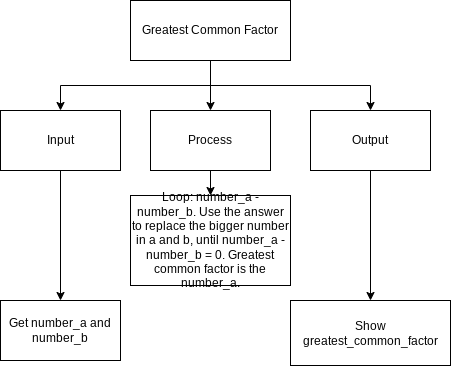
Yiyun-Qin/ICS3U-Assignment5-Python keeps this draw.io diagram as design.gcf.topdown.png. Above is the earlier version. Source tidied: cells renumbered, new cells last; positions are measured from the earlier drawing's top-left corner, leaving out a move shared by most shapes.
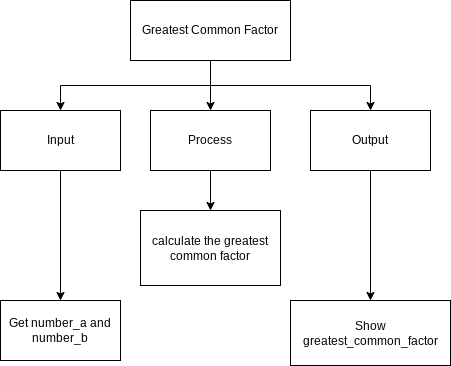
The same file after the commit.

What changed in the source:
```diff
@@ -35,8 +35,8 @@
     <mxCell id="12" value="Get number_a and number_b" style="rounded=0;whiteSpace=wrap;html=1;" parent="1" vertex="1">
       <mxGeometry y="300" width="120" height="60" as="geometry" />
     </mxCell>
-    <mxCell id="13" value="Loop: number_a - number_b. Use the answer to replace the bigger number in a and b, until number_a - number_b = 0. Greatest common factor is the number_a." style="rounded=0;whiteSpace=wrap;html=1;" parent="1" vertex="1">
-      <mxGeometry x="130" y="195" width="160" height="90" as="geometry" />
+    <mxCell id="13" value="calculate the greatest common factor" style="rounded=0;whiteSpace=wrap;html=1;" parent="1" vertex="1">
+      <mxGeometry x="140" y="210" width="140" height="75" as="geometry" />
     </mxCell>
     <mxCell id="14" value="Show greatest_common_factor" style="rounded=0;whiteSpace=wrap;html=1;" parent="1" vertex="1">
       <mxGeometry x="290" y="300" width="160" height="65" as="geometry" />
```
